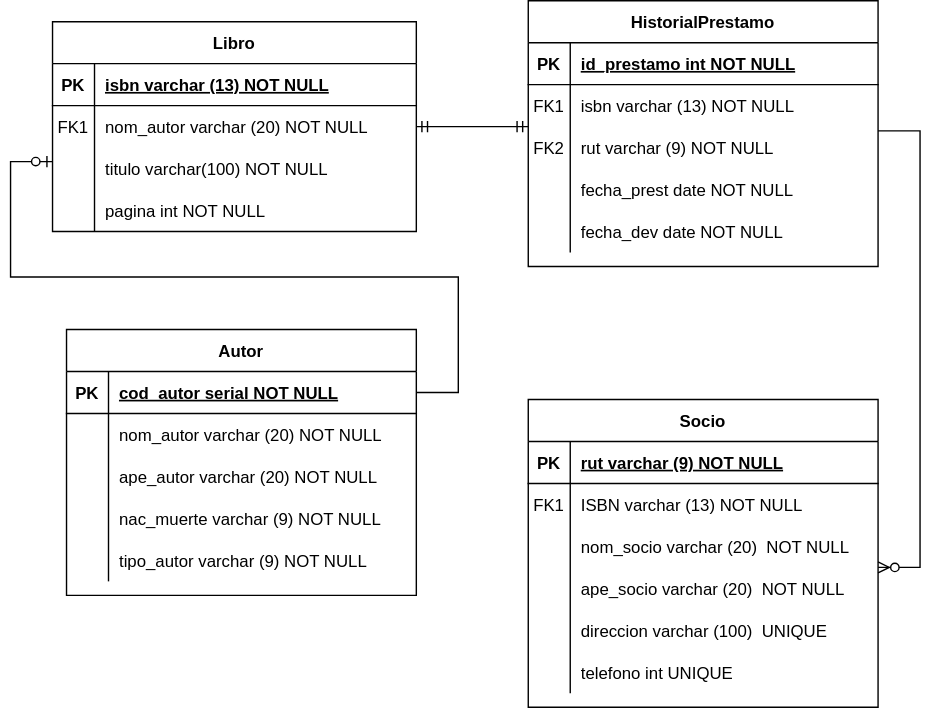
FranSantander/-Biblioteca keeps this draw.io diagram as Modelo fisico.drawio.svg. Above is the earlier version. Source tidied: cells renumbered, new cells last; positions are measured from the earlier drawing's top-left corner, leaving out a move shared by most shapes.
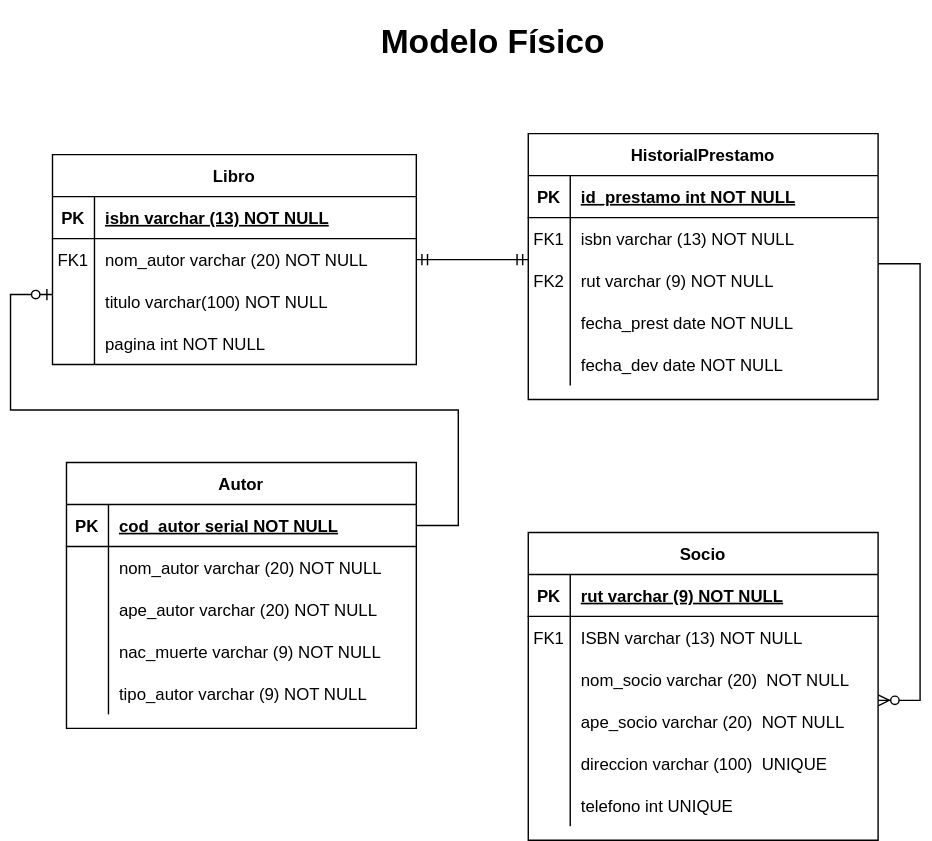
The same diagram one commit later.

What changed in the source:
```diff
@@ -208,5 +208,8 @@
         <mxPoint y="115" as="targetPoint" />
       </mxGeometry>
     </mxCell>
+    <mxCell id="69" value="&lt;h1&gt;Modelo Físico&lt;/h1&gt;" style="text;html=1;strokeColor=none;fillColor=none;spacing=5;spacingTop=-20;whiteSpace=wrap;overflow=hidden;rounded=0;" parent="1" vertex="1">
+      <mxGeometry x="230" y="-85" width="170" height="40" as="geometry" />
+    </mxCell>
   </root>
 </mxGraphModel>
```
